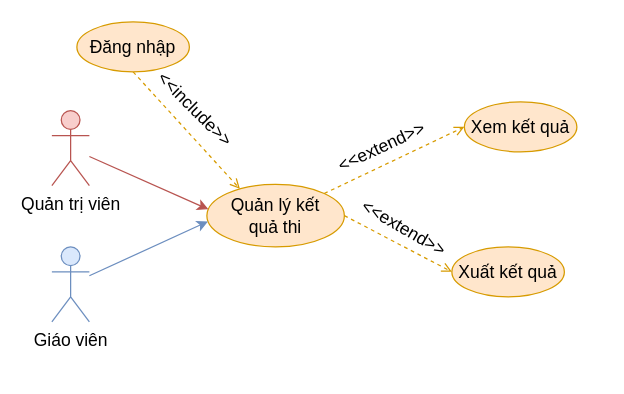
This is Documents/draw/usecase/phan-ra/quan-ly-ket-qua-thi.drawio from copecute/do-an-tot-nghiep, a draw.io file, before an edit. Source tidied: cells renumbered, new cells numbered last; positions are measured from the earlier drawing's top-left corner, leaving out a move shared by most shapes. Both pictures are drawn from the tidied source at 125%, with x=0, y=0 at pixel (51, 21).
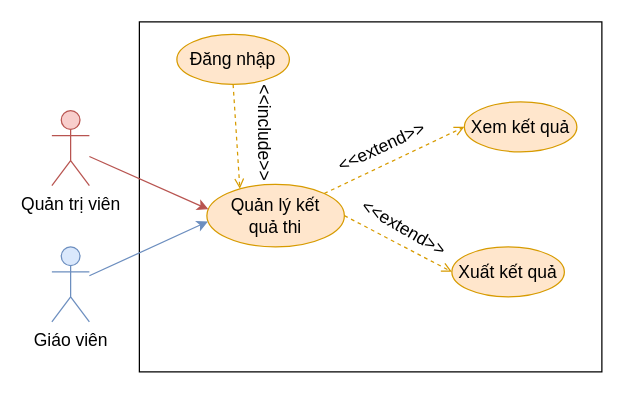
Above is the later version.

What changed in the source:
```diff
@@
 <mxGraphModel>
   <root>
     <mxCell id="0" />
     <mxCell id="1" parent="0" />
+    <mxCell id="16" style="rounded=0;whiteSpace=wrap;html=1;" parent="1" vertex="1">
+      <mxGeometry x="70" width="370" height="280" as="geometry" />
+    </mxCell>
     <mxCell id="2" value="Quản lý kết&lt;br&gt;quả thi" style="ellipse;whiteSpace=wrap;html=1;fillColor=#ffe6cc;strokeColor=#d79b00;fontSize=14;" parent="1" vertex="1">
       <mxGeometry x="124" y="130" width="110" height="50" as="geometry" />
     </mxCell>
     <mxCell id="3" style="rounded=0;jettySize=auto;html=1;entryX=0;entryY=0.5;entryDx=0;entryDy=0;fillColor=#ffe6cc;strokeColor=#d79b00;exitX=1;exitY=0;exitDx=0;exitDy=0;dashed=1;fontSize=14;endArrow=open;endFill=0;" parent="1" edge="1" source="2" target="5">
       <mxGeometry relative="1" as="geometry" />
     </mxCell>
     <mxCell id="4" style="rounded=0;jettySize=auto;html=1;exitX=1;exitY=0.5;exitDx=0;exitDy=0;entryX=0;entryY=0.5;entryDx=0;entryDy=0;fillColor=#ffe6cc;strokeColor=#d79b00;dashed=1;fontSize=14;endArrow=open;endFill=0;" parent="1" edge="1" source="2" target="6">
       <mxGeometry relative="1" as="geometry" />
     </mxCell>
     <mxCell id="5" value="Xem kết quả" style="ellipse;whiteSpace=wrap;html=1;fillColor=#ffe6cc;strokeColor=#d79b00;fontSize=14;" parent="1" vertex="1">
       <mxGeometry x="330" y="64" width="90" height="40" as="geometry" />
     </mxCell>
     <mxCell id="6" value="Xuất kết quả" style="ellipse;whiteSpace=wrap;html=1;fillColor=#ffe6cc;strokeColor=#d79b00;fontSize=14;" parent="1" vertex="1">
       <mxGeometry x="320" y="180" width="90" height="40" as="geometry" />
     </mxCell>
     <mxCell id="7" value="&lt;font style=&quot;font-size: 14px;&quot;&gt;&amp;lt;&amp;lt;extend&amp;gt;&amp;gt;&lt;/font&gt;" style="text;html=1;strokeColor=none;fillColor=none;align=center;verticalAlign=middle;whiteSpace=wrap;rounded=0;rotation=-25;fontSize=14;" parent="1" vertex="1">
       <mxGeometry x="234" y="85" width="60" height="30" as="geometry" />
     </mxCell>
     <mxCell id="8" value="&lt;font style=&quot;font-size: 14px;&quot;&gt;&amp;lt;&amp;lt;extend&amp;gt;&amp;gt;&lt;/font&gt;" style="text;html=1;strokeColor=none;fillColor=none;align=center;verticalAlign=middle;whiteSpace=wrap;rounded=0;rotation=30;fontSize=14;" parent="1" vertex="1">
       <mxGeometry x="252" y="150" width="60" height="30" as="geometry" />
     </mxCell>
     <mxCell id="9" style="rounded=0;jettySize=auto;html=1;entryX=0.011;entryY=0.399;entryDx=0;entryDy=0;fillColor=#f8cecc;strokeColor=#b85450;fontSize=14;entryPerimeter=0;" parent="1" edge="1" source="10" target="2">
       <mxGeometry relative="1" as="geometry" />
     </mxCell>
     <mxCell id="10" value="Quản trị viên" style="shape=umlActor;verticalLabelPosition=bottom;verticalAlign=top;html=1;outlineConnect=0;fillColor=#f8cecc;strokeColor=#b85450;fontSize=14;" parent="1" vertex="1">
       <mxGeometry y="71" width="30" height="60" as="geometry" />
     </mxCell>
     <mxCell id="11" style="rounded=0;jettySize=auto;html=1;entryX=0.24;entryY=0.072;entryDx=0;entryDy=0;fillColor=#ffe6cc;strokeColor=#d79b00;endArrow=open;endFill=0;dashed=1;exitX=0.5;exitY=1;exitDx=0;exitDy=0;entryPerimeter=0;" parent="1" edge="1" source="12" target="2">
       <mxGeometry relative="1" as="geometry" />
     </mxCell>
     <mxCell id="12" value="Đăng nhập" style="ellipse;whiteSpace=wrap;html=1;fillColor=#ffe6cc;strokeColor=#d79b00;fontSize=14;" parent="1" vertex="1">
-      <mxGeometry x="20" width="90" height="40" as="geometry" />
+      <mxGeometry x="100" y="10" width="90" height="40" as="geometry" />
     </mxCell>
-    <mxCell id="13" value="&lt;font&gt;&amp;lt;&amp;lt;include&amp;gt;&amp;gt;&lt;/font&gt;" style="text;html=1;strokeColor=none;fillColor=none;align=center;verticalAlign=middle;whiteSpace=wrap;rounded=0;rotation=45;fontSize=14;" parent="1" vertex="1">
-      <mxGeometry x="85" y="55" width="60" height="30" as="geometry" />
+    <mxCell id="13" value="&lt;font&gt;&amp;lt;&amp;lt;include&amp;gt;&amp;gt;&lt;/font&gt;" style="text;html=1;strokeColor=none;fillColor=none;align=center;verticalAlign=middle;whiteSpace=wrap;rounded=0;rotation=90;fontSize=14;" parent="1" vertex="1">
+      <mxGeometry x="140" y="74" width="60" height="30" as="geometry" />
     </mxCell>
     <mxCell id="14" style="rounded=0;jettySize=auto;html=1;entryX=0.008;entryY=0.593;entryDx=0;entryDy=0;fillColor=#dae8fc;strokeColor=#6c8ebf;entryPerimeter=0;" parent="1" edge="1" source="15" target="2">
       <mxGeometry relative="1" as="geometry" />
     </mxCell>
     <mxCell id="15" value="Giáo viên" style="shape=umlActor;verticalLabelPosition=bottom;verticalAlign=top;html=1;outlineConnect=0;fillColor=#dae8fc;strokeColor=#6c8ebf;fontSize=14;" parent="1" vertex="1">
       <mxGeometry y="180" width="30" height="60" as="geometry" />
     </mxCell>
   </root>
 </mxGraphModel>
```
